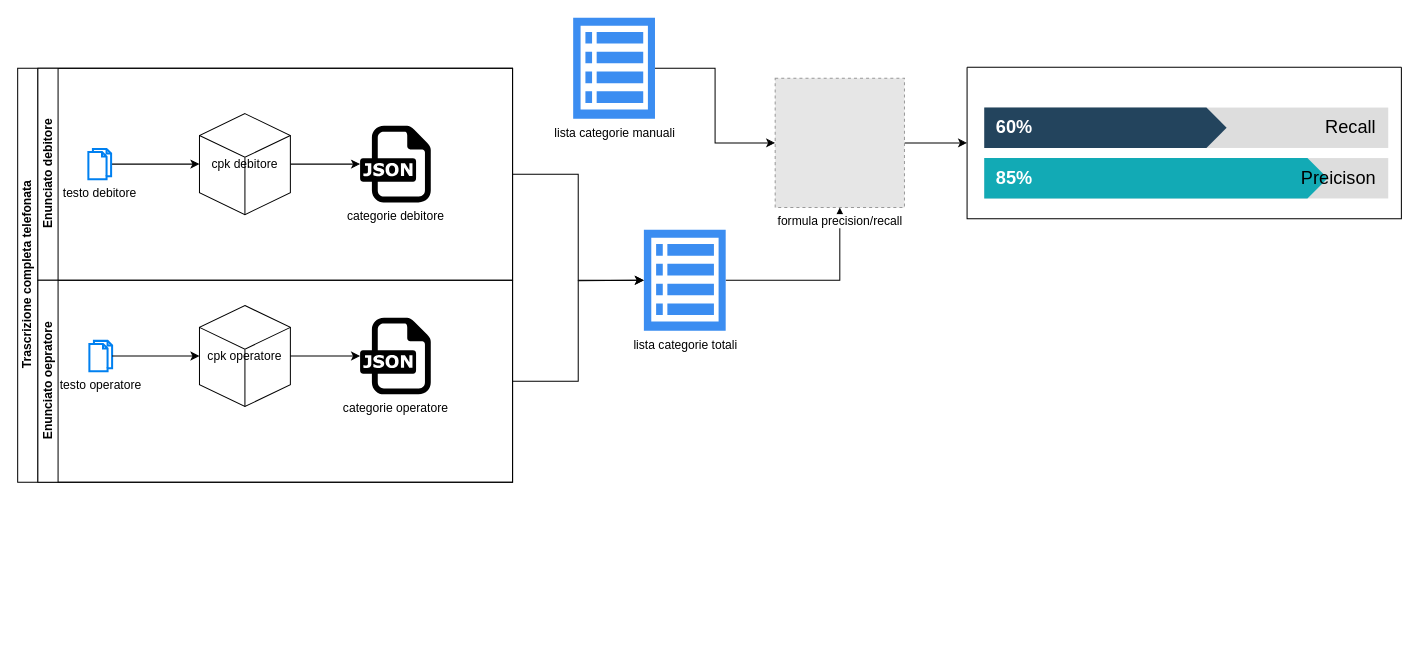
This is Untitled Diagram.drawio from c0pper/word_comments_to_platform_ann, a draw.io file, before an edit. Source tidied: cells renumbered, new cells numbered last; positions are measured from the earlier drawing's top-left corner, leaving out a move shared by most shapes. Both pictures are drawn from the tidied source at 101%, with x=0, y=0 at pixel (17, 17). Pictures stored in the file or linked from it are replaced by grey dashed boxes.
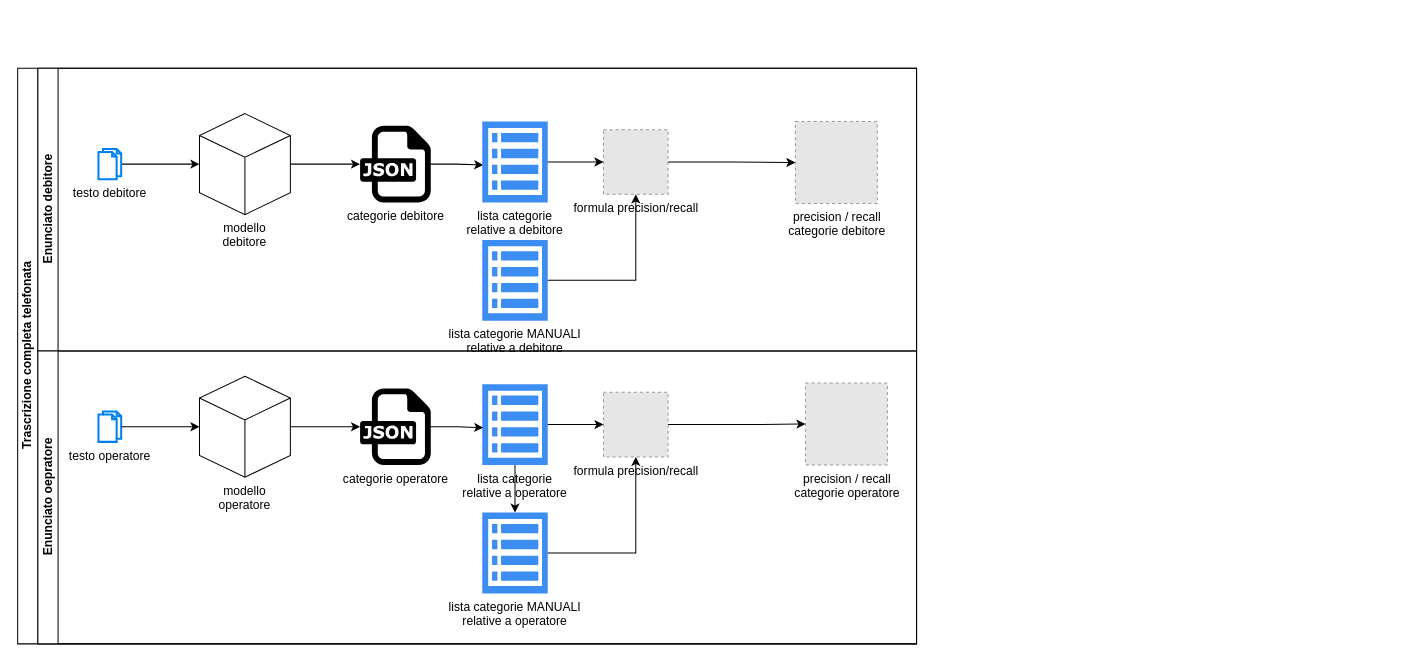
Above is the later version.

Unchanged cells that the change refers to:
```xml
<mxCell id="8" value="categorie debitore" style="dashed=0;outlineConnect=0;html=1;align=center;labelPosition=center;verticalLabelPosition=bottom;verticalAlign=top;shape=mxgraph.weblogos.json;" parent="3" vertex="1">
  <mxGeometry x="319" y="57.1" width="70" height="75.8" as="geometry" />
</mxCell>
<mxCell id="13" value="categorie operatore" style="dashed=0;outlineConnect=0;html=1;align=center;labelPosition=center;verticalLabelPosition=bottom;verticalAlign=top;shape=mxgraph.weblogos.json;" parent="9" vertex="1">
  <mxGeometry x="319" y="37.1" width="70" height="75.8" as="geometry" />
</mxCell>
```

The edit, as a diff of the source:
```diff
@@
     <mxCell id="2" value="Trascrizione completa telefonata" style="swimlane;horizontal=0;startSize=20;html=1;" parent="1" vertex="1">
-      <mxGeometry y="50" width="490" height="410" as="geometry" />
+      <mxGeometry y="50" width="890" height="570" as="geometry" />
     </mxCell>
     <mxCell id="3" value="Enunciato debitore" style="swimlane;startSize=20;horizontal=0;html=1;" parent="2" vertex="1">
-      <mxGeometry x="20" width="470" height="210" as="geometry" />
+      <mxGeometry x="20" width="870" height="280" as="geometry" />
     </mxCell>
@@
-    <mxCell id="5" value="cpk debitore" style="html=1;whiteSpace=wrap;shape=isoCube2;backgroundOutline=1;isoAngle=15;" parent="3" vertex="1">
+    <mxCell id="5" value="modello debitore" style="html=1;whiteSpace=wrap;shape=isoCube2;backgroundOutline=1;isoAngle=15;spacingTop=0;labelPosition=center;verticalLabelPosition=bottom;align=center;verticalAlign=top;" parent="3" vertex="1">
       <mxGeometry x="160" y="45" width="90" height="100" as="geometry" />
     </mxCell>
@@
     <mxCell id="7" value="testo debitore" style="html=1;verticalLabelPosition=bottom;align=center;labelBackgroundColor=#ffffff;verticalAlign=top;strokeWidth=2;strokeColor=#0080F0;shadow=0;dashed=0;shape=mxgraph.ios7.icons.documents;" parent="3" vertex="1">
-      <mxGeometry x="50" y="80" width="22.5" height="30" as="geometry" />
+      <mxGeometry x="60" y="80" width="22.5" height="30" as="geometry" />
     </mxCell>
+    <mxCell id="30" style="edgeStyle=orthogonalEdgeStyle;rounded=0;jettySize=auto;html=1;entryX=0.015;entryY=0.538;entryDx=0;entryDy=0;entryPerimeter=0;" parent="3" edge="1" source="8" target="16">
+      <mxGeometry relative="1" as="geometry" />
+    </mxCell>
@@
+    <mxCell id="16" value="lista categorie &lt;br&gt;relative a debitore" style="sketch=0;html=1;strokeColor=none;shadow=0;align=center;verticalAlign=top;fillColor=#3B8DF1;shape=mxgraph.gcp2.view_list;labelPosition=center;verticalLabelPosition=bottom;" parent="3" vertex="1">
+      <mxGeometry x="440" y="52.9" width="64.8" height="80" as="geometry" />
+    </mxCell>
+    <mxCell id="22" value="formula precision/recall" style="fillColor=#E6E6E6;strokeColor=#999999;dashed=1;html=1;verticalAlign=top;verticalLabelPosition=bottom;labelBackgroundColor=#ffffff;" parent="3" vertex="1">
+      <mxGeometry x="560" y="60.9" width="64" height="64" as="geometry" />
+    </mxCell>
+    <mxCell id="15" style="edgeStyle=orthogonalEdgeStyle;rounded=0;jettySize=auto;html=1;" parent="3" edge="1" source="16" target="22">
+      <mxGeometry relative="1" as="geometry" />
+    </mxCell>
+    <mxCell id="20" value="lista categorie MANUALI&lt;br&gt;relative a debitore" style="sketch=0;html=1;strokeColor=none;shadow=0;align=center;verticalAlign=top;fillColor=#3B8DF1;shape=mxgraph.gcp2.view_list;labelPosition=center;verticalLabelPosition=bottom;" parent="3" vertex="1">
+      <mxGeometry x="440" y="170" width="64.8" height="80" as="geometry" />
+    </mxCell>
+    <mxCell id="19" style="edgeStyle=orthogonalEdgeStyle;rounded=0;jettySize=auto;html=1;" parent="3" edge="1" source="20" target="22">
+      <mxGeometry relative="1" as="geometry" />
+    </mxCell>
+    <mxCell id="31" value="precision / recall&lt;br&gt;categorie debitore" style="fillColor=#E6E6E6;strokeColor=#999999;dashed=1;html=1;verticalAlign=top;verticalLabelPosition=bottom;labelBackgroundColor=#ffffff;" parent="3" vertex="1">
+      <mxGeometry x="750" y="52.9" width="81.1" height="81.1" as="geometry" />
+    </mxCell>
+    <mxCell id="21" style="edgeStyle=orthogonalEdgeStyle;rounded=0;jettySize=auto;html=1;entryX=0;entryY=0.5;entryDx=0;entryDy=0;" parent="3" edge="1" source="22" target="31">
+      <mxGeometry relative="1" as="geometry" />
+    </mxCell>
     <mxCell id="9" value="Enunciato oepratore" style="swimlane;startSize=20;horizontal=0;html=1;" parent="2" vertex="1">
-      <mxGeometry x="20" y="210" width="470" height="200" as="geometry" />
+      <mxGeometry x="20" y="280" width="870" height="290" as="geometry" />
     </mxCell>
     <mxCell id="10" value="testo operatore" style="html=1;verticalLabelPosition=bottom;align=center;labelBackgroundColor=#ffffff;verticalAlign=top;strokeWidth=2;strokeColor=#0080F0;shadow=0;dashed=0;shape=mxgraph.ios7.icons.documents;" parent="9" vertex="1">
-      <mxGeometry x="51" y="60" width="22.5" height="30" as="geometry" />
+      <mxGeometry x="60" y="60" width="22.5" height="30" as="geometry" />
     </mxCell>
-    <mxCell id="11" value="cpk operatore" style="html=1;whiteSpace=wrap;shape=isoCube2;backgroundOutline=1;isoAngle=15;" parent="9" vertex="1">
+    <mxCell id="11" value="modello operatore" style="html=1;whiteSpace=wrap;shape=isoCube2;backgroundOutline=1;isoAngle=15;labelPosition=center;verticalLabelPosition=bottom;align=center;verticalAlign=top;" parent="9" vertex="1">
       <mxGeometry x="160" y="25" width="90" height="100" as="geometry" />
     </mxCell>
@@
-    <mxCell id="15" style="edgeStyle=orthogonalEdgeStyle;rounded=0;jettySize=auto;html=1;entryX=0.5;entryY=1;entryDx=0;entryDy=0;" parent="1" edge="1" source="16" target="22">
-      <mxGeometry relative="1" as="geometry" />
-    </mxCell>
-    <mxCell id="16" value="&lt;br&gt;&lt;br&gt;&lt;br&gt;&lt;br&gt;&lt;br&gt;&lt;br&gt;&lt;br&gt;lista categorie totali" style="sketch=0;html=1;strokeColor=none;shadow=0;align=center;verticalAlign=top;fillColor=#3B8DF1;shape=mxgraph.gcp2.view_list;" parent="1" vertex="1">
-      <mxGeometry x="620" y="210" width="81" height="100" as="geometry" />
-    </mxCell>
-    <mxCell id="17" style="edgeStyle=orthogonalEdgeStyle;rounded=0;jettySize=auto;html=1;" parent="1" edge="1" source="3" target="16">
-      <mxGeometry relative="1" as="geometry" />
-    </mxCell>
-    <mxCell id="18" style="edgeStyle=orthogonalEdgeStyle;rounded=0;jettySize=auto;html=1;" parent="1" edge="1" source="9">
-      <mxGeometry relative="1" as="geometry">
-        <mxPoint x="620" y="260" as="targetPoint" />
-      </mxGeometry>
-    </mxCell>
-    <mxCell id="19" style="edgeStyle=orthogonalEdgeStyle;rounded=0;jettySize=auto;html=1;" parent="1" edge="1" source="20" target="22">
-      <mxGeometry relative="1" as="geometry" />
-    </mxCell>
-    <mxCell id="20" value="&lt;br&gt;&lt;br&gt;&lt;br&gt;&lt;br&gt;&lt;br&gt;&lt;br&gt;&lt;br&gt;lista categorie manuali" style="sketch=0;html=1;strokeColor=none;shadow=0;align=center;verticalAlign=top;fillColor=#3B8DF1;shape=mxgraph.gcp2.view_list;" parent="1" vertex="1">
-      <mxGeometry x="550" width="81" height="100" as="geometry" />
-    </mxCell>
-    <mxCell id="21" style="edgeStyle=orthogonalEdgeStyle;rounded=0;jettySize=auto;html=1;entryX=0;entryY=0.5;entryDx=0;entryDy=0;" parent="1" edge="1" source="22" target="23">
-      <mxGeometry relative="1" as="geometry" />
-    </mxCell>
-    <mxCell id="22" value="formula precision/recall" style="fillColor=#E6E6E6;strokeColor=#999999;dashed=1;html=1;verticalAlign=top;verticalLabelPosition=bottom;labelBackgroundColor=#ffffff;" parent="1" vertex="1">
-      <mxGeometry x="750" y="60" width="128" height="128" as="geometry" />
-    </mxCell>
-    <mxCell id="23" style="swimlane;startSize=0;" parent="1" vertex="1">
-      <mxGeometry x="940" y="49" width="430" height="150" as="geometry" />
-    </mxCell>
-    <mxCell id="24" style="whiteSpace=wrap;html=1;fixedSize=1;size=10;fillColor=#dddddd;strokeColor=none;rounded=0;" parent="23" vertex="1">
-      <mxGeometry x="17" y="40" width="400" height="40" as="geometry" />
-    </mxCell>
-    <mxCell id="25" value="60%" style="html=1;shape=mxgraph.infographic.ribbonSimple;notch1=0;notch2=20;fillColor=#23445D;strokeColor=none;align=left;verticalAlign=middle;fontColor=#ffffff;fontSize=18;spacingLeft=10;fontStyle=1;shadow=0;" parent="23" vertex="1">
-      <mxGeometry x="17" y="40" width="240" height="40" as="geometry" />
-    </mxCell>
-    <mxCell id="26" style="whiteSpace=wrap;html=1;fixedSize=1;size=10;fillColor=#dddddd;strokeColor=none;rounded=0;" parent="23" vertex="1">
-      <mxGeometry x="17" y="90" width="400" height="40" as="geometry" />
-    </mxCell>
-    <mxCell id="27" value="85%" style="html=1;shape=mxgraph.infographic.ribbonSimple;notch1=0;notch2=20;fillColor=#12AAB5;strokeColor=none;align=left;verticalAlign=middle;fontColor=#ffffff;fontSize=18;spacingLeft=10;fontStyle=1;shadow=0;" parent="23" vertex="1">
-      <mxGeometry x="17" y="90" width="340" height="40" as="geometry" />
-    </mxCell>
-    <mxCell id="28" value="Recall" style="text;html=1;strokeColor=none;fillColor=none;align=right;verticalAlign=middle;whiteSpace=wrap;rounded=0;shadow=0;fontSize=18;spacingRight=10;" parent="23" vertex="1">
-      <mxGeometry x="337" y="40" width="80" height="40" as="geometry" />
-    </mxCell>
-    <mxCell id="29" value="Preicison" style="text;html=1;strokeColor=none;fillColor=none;align=right;verticalAlign=middle;whiteSpace=wrap;rounded=0;shadow=0;fontSize=18;spacingRight=10;" parent="23" vertex="1">
-      <mxGeometry x="337" y="90" width="80" height="40" as="geometry" />
-    </mxCell>
+    <mxCell id="32" style="edgeStyle=orthogonalEdgeStyle;rounded=0;jettySize=auto;html=1;" parent="9" edge="1" source="33" target="36">
+      <mxGeometry relative="1" as="geometry" />
+    </mxCell>
+    <mxCell id="33" value="lista categorie &lt;br&gt;relative a operatore" style="sketch=0;html=1;strokeColor=none;shadow=0;align=center;verticalAlign=top;fillColor=#3B8DF1;shape=mxgraph.gcp2.view_list;labelPosition=center;verticalLabelPosition=bottom;" parent="9" vertex="1">
+      <mxGeometry x="440" y="32.9" width="64.8" height="80" as="geometry" />
+    </mxCell>
+    <mxCell id="34" value="formula precision/recall" style="fillColor=#E6E6E6;strokeColor=#999999;dashed=1;html=1;verticalAlign=top;verticalLabelPosition=bottom;labelBackgroundColor=#ffffff;" parent="9" vertex="1">
+      <mxGeometry x="560" y="40.9" width="64" height="64" as="geometry" />
+    </mxCell>
+    <mxCell id="35" style="edgeStyle=orthogonalEdgeStyle;rounded=0;jettySize=auto;html=1;" parent="9" edge="1" source="33" target="34">
+      <mxGeometry relative="1" as="geometry" />
+    </mxCell>
+    <mxCell id="36" value="lista categorie MANUALI&lt;br&gt;relative a operatore" style="sketch=0;html=1;strokeColor=none;shadow=0;align=center;verticalAlign=top;fillColor=#3B8DF1;shape=mxgraph.gcp2.view_list;labelPosition=center;verticalLabelPosition=bottom;" parent="9" vertex="1">
+      <mxGeometry x="440" y="160" width="64.8" height="80" as="geometry" />
+    </mxCell>
+    <mxCell id="37" style="edgeStyle=orthogonalEdgeStyle;rounded=0;jettySize=auto;html=1;" parent="9" edge="1" source="36" target="34">
+      <mxGeometry relative="1" as="geometry" />
+    </mxCell>
+    <mxCell id="38" value="precision / recall&lt;br&gt;categorie&amp;nbsp;&lt;span style=&quot;background-color: rgb(248, 249, 250);&quot;&gt;operatore&lt;/span&gt;" style="fillColor=#E6E6E6;strokeColor=#999999;dashed=1;html=1;verticalAlign=top;verticalLabelPosition=bottom;labelBackgroundColor=#ffffff;" parent="9" vertex="1">
+      <mxGeometry x="760" y="31.8" width="81.1" height="81.1" as="geometry" />
+    </mxCell>
+    <mxCell id="39" style="edgeStyle=orthogonalEdgeStyle;rounded=0;jettySize=auto;html=1;entryX=0;entryY=0.5;entryDx=0;entryDy=0;" parent="9" edge="1" source="34" target="38">
+      <mxGeometry relative="1" as="geometry" />
+    </mxCell>
+    <mxCell id="40" style="edgeStyle=orthogonalEdgeStyle;rounded=0;jettySize=auto;html=1;entryX=0.015;entryY=0.538;entryDx=0;entryDy=0;entryPerimeter=0;" parent="9" edge="1" source="13" target="33">
+      <mxGeometry relative="1" as="geometry" />
+    </mxCell>
```
